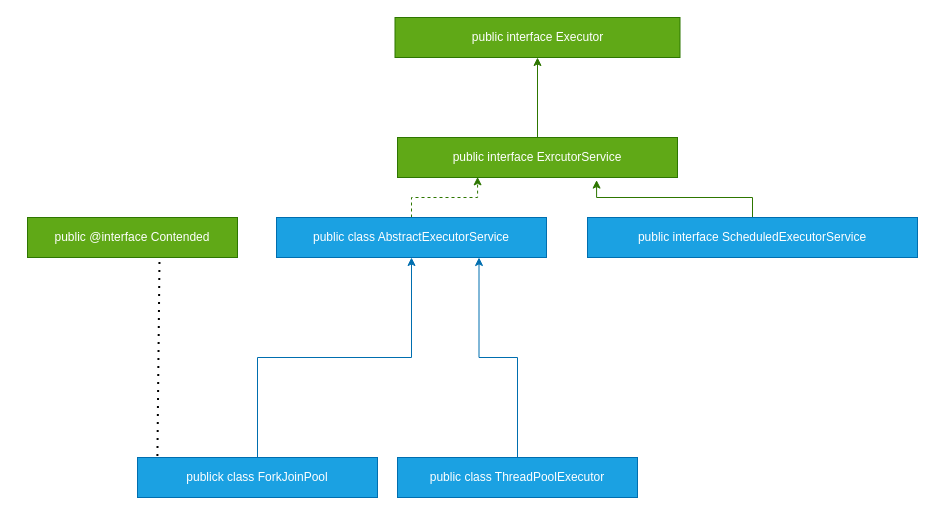
Above: 线程池类图.drawio in wulilinghan/ling-notebook (draw.io), before the change. Source tidied: cells renumbered, new cells numbered last; positions are measured from the earlier drawing's top-left corner, leaving out a move shared by most shapes. Both pictures are drawn from the tidied source at 100%, with x=0, y=0 at pixel (27, 17).
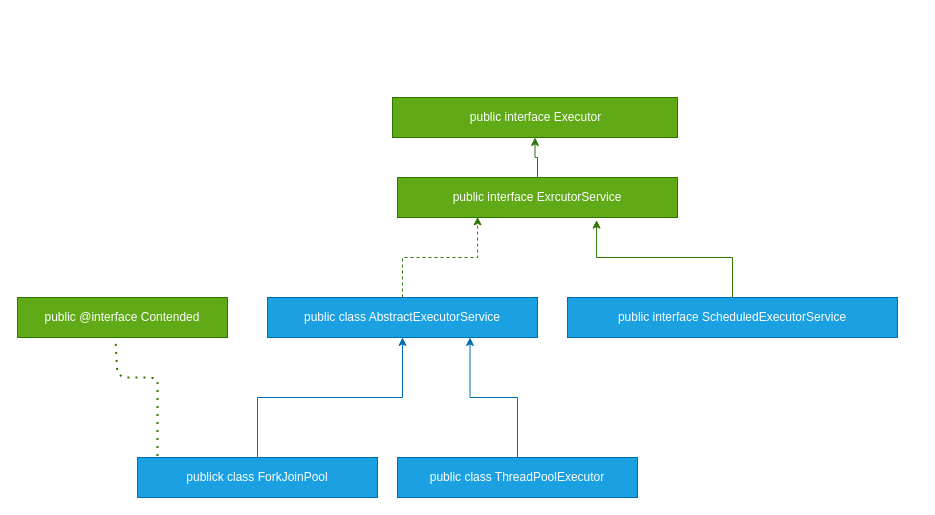
Above is the later version.

Commit message (it also covers changes not shown here):
更新线程池类图.drawio

Change to the diagram source:
```diff
@@
 <mxGraphModel>
   <root>
     <mxCell id="0" />
     <mxCell id="1" parent="0" />
     <mxCell id="2" style="edgeStyle=orthogonalEdgeStyle;rounded=0;jettySize=auto;html=1;fillColor=#1ba1e2;strokeColor=#006EAF;" parent="1" edge="1" source="3" target="5">
       <mxGeometry relative="1" as="geometry" />
     </mxCell>
     <mxCell id="3" value="publick class ForkJoinPool" style="rounded=0;whiteSpace=wrap;html=1;fillColor=#1ba1e2;strokeColor=#006EAF;fontColor=#ffffff;" parent="1" vertex="1">
       <mxGeometry x="110" y="440" width="240" height="40" as="geometry" />
     </mxCell>
     <mxCell id="4" style="edgeStyle=orthogonalEdgeStyle;rounded=0;jettySize=auto;html=1;entryX=0.286;entryY=0.985;entryDx=0;entryDy=0;entryPerimeter=0;dashed=1;fillColor=#60a917;strokeColor=#2D7600;" parent="1" edge="1" source="5" target="13">
       <mxGeometry relative="1" as="geometry" />
     </mxCell>
     <mxCell id="5" value="public class AbstractExecutorService" style="rounded=0;whiteSpace=wrap;html=1;fillColor=#1ba1e2;strokeColor=#006EAF;fontColor=#ffffff;" parent="1" vertex="1">
-      <mxGeometry x="249" y="200" width="270" height="40" as="geometry" />
+      <mxGeometry x="240" y="280" width="270" height="40" as="geometry" />
     </mxCell>
     <mxCell id="6" style="edgeStyle=orthogonalEdgeStyle;rounded=0;jettySize=auto;html=1;entryX=0.75;entryY=1;entryDx=0;entryDy=0;fillColor=#1ba1e2;strokeColor=#006EAF;" parent="1" edge="1" source="7" target="5">
       <mxGeometry relative="1" as="geometry" />
     </mxCell>
     <mxCell id="7" value="public class ThreadPoolExecutor" style="rounded=0;whiteSpace=wrap;html=1;fillColor=#1ba1e2;strokeColor=#006EAF;fontColor=#ffffff;" parent="1" vertex="1">
       <mxGeometry x="370" y="440" width="240" height="40" as="geometry" />
     </mxCell>
     <mxCell id="8" style="edgeStyle=orthogonalEdgeStyle;rounded=0;jettySize=auto;html=1;entryX=0.711;entryY=1.065;entryDx=0;entryDy=0;entryPerimeter=0;fillColor=#60a917;strokeColor=#2D7600;" parent="1" edge="1" source="9" target="13">
       <mxGeometry relative="1" as="geometry" />
     </mxCell>
     <mxCell id="9" value="public interface ScheduledExecutorService" style="rounded=0;whiteSpace=wrap;html=1;fillColor=#1ba1e2;strokeColor=#006EAF;fontColor=#ffffff;" parent="1" vertex="1">
-      <mxGeometry x="560" y="200" width="330" height="40" as="geometry" />
+      <mxGeometry x="540" y="280" width="330" height="40" as="geometry" />
     </mxCell>
     <mxCell id="10" value="public @interface Contended" style="rounded=0;whiteSpace=wrap;html=1;fillColor=#60a917;strokeColor=#2D7600;fontColor=#ffffff;" parent="1" vertex="1">
-      <mxGeometry y="200" width="210" height="40" as="geometry" />
+      <mxGeometry x="-10" y="280" width="210" height="40" as="geometry" />
     </mxCell>
-    <mxCell id="11" style="endArrow=none;dashed=1;html=1;dashPattern=1 3;strokeWidth=2;exitX=0.083;exitY=-0.035;exitDx=0;exitDy=0;exitPerimeter=0;" parent="1" edge="1" source="3">
+    <mxCell id="11" style="endArrow=none;dashed=1;html=1;dashPattern=1 3;strokeWidth=2;exitX=0.083;exitY=-0.035;exitDx=0;exitDy=0;exitPerimeter=0;fillColor=#60a917;strokeColor=#2D7600;" parent="1" edge="1" source="3">
       <mxGeometry relative="1" as="geometry">
-        <mxPoint x="132" y="242" as="targetPoint" />
+        <mxPoint x="88" y="321" as="targetPoint" />
+        <Array as="points">
+          <mxPoint x="130" y="380" />
+          <mxPoint x="130" y="360" />
+          <mxPoint x="90" y="360" />
+        </Array>
       </mxGeometry>
     </mxCell>
     <mxCell id="12" style="edgeStyle=orthogonalEdgeStyle;rounded=0;jettySize=auto;html=1;entryX=0.5;entryY=1;entryDx=0;entryDy=0;fillColor=#60a917;strokeColor=#2D7600;" parent="1" edge="1" source="13" target="14">
       <mxGeometry relative="1" as="geometry" />
     </mxCell>
     <mxCell id="13" value="public interface ExrcutorService" style="rounded=0;whiteSpace=wrap;html=1;fillColor=#60a917;strokeColor=#2D7600;fontColor=#ffffff;" parent="1" vertex="1">
-      <mxGeometry x="370" y="120" width="280" height="40" as="geometry" />
+      <mxGeometry x="370" y="160" width="280" height="40" as="geometry" />
     </mxCell>
     <mxCell id="14" value="&lt;span&gt;public interface Executor&lt;/span&gt;" style="html=1;fillColor=#60a917;strokeColor=#2D7600;fontColor=#ffffff;" parent="1" vertex="1">
-      <mxGeometry x="367.5" width="285" height="40" as="geometry" />
+      <mxGeometry x="365" y="80" width="285" height="40" as="geometry" />
     </mxCell>
   </root>
 </mxGraphModel>
```
